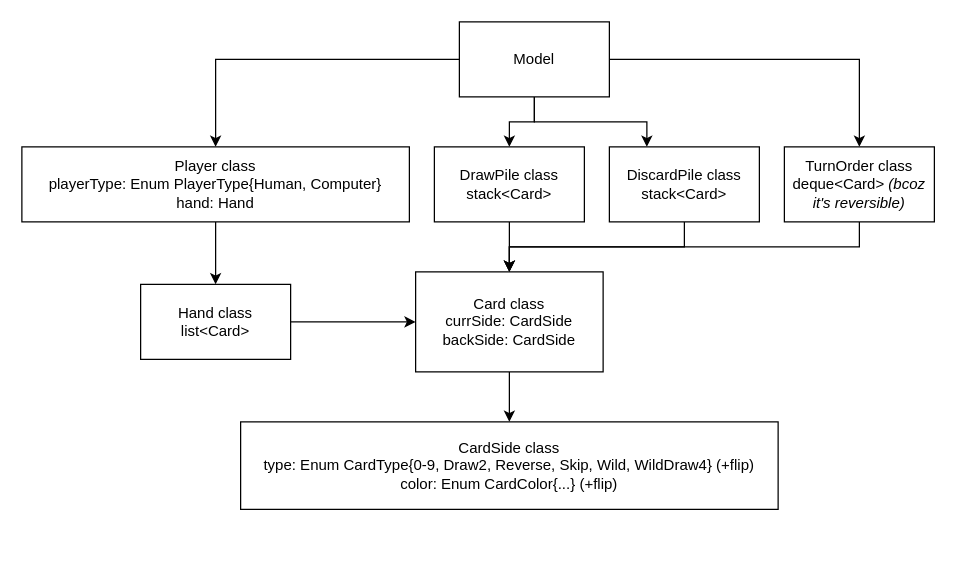
This is UnoDiagram.drawio from malikov-a-auca-2022/uno-diagram, a draw.io file, before an edit. Source tidied: cells renumbered, new cells numbered last; positions are measured from the earlier drawing's top-left corner, leaving out a move shared by most shapes. Both pictures are drawn from the tidied source at 125%, with x=0, y=0 at pixel (21, 21).
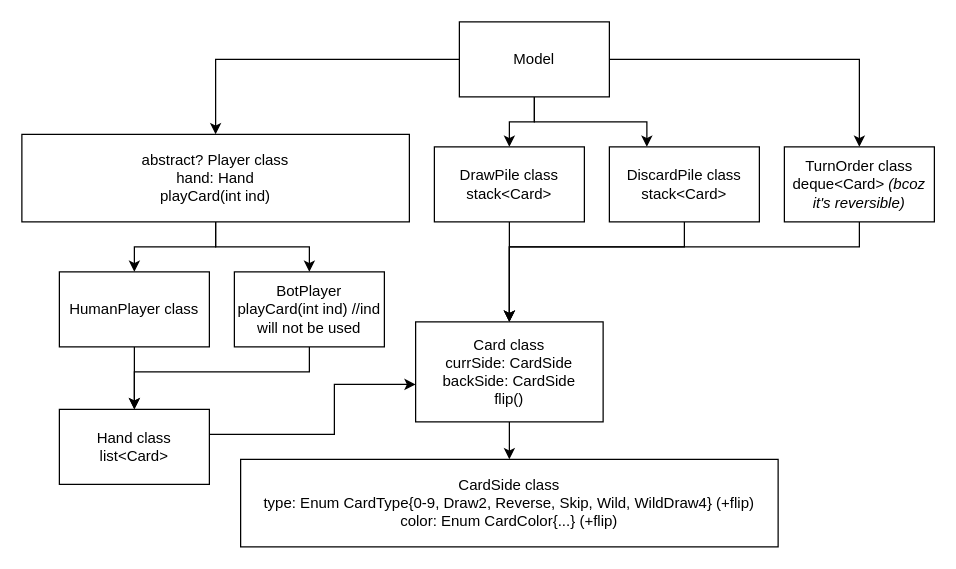
The same page after the edit.

Diff of the diagram source:
```diff
@@
-    <mxCell id="7" style="edgeStyle=orthogonalEdgeStyle;rounded=0;jettySize=auto;html=1;" parent="1" edge="1" source="8" target="14">
-      <mxGeometry relative="1" as="geometry" />
-    </mxCell>
+    <mxCell id="20" style="edgeStyle=orthogonalEdgeStyle;rounded=0;jettySize=auto;html=1;" parent="1" edge="1" source="8" target="24">
+      <mxGeometry relative="1" as="geometry" />
+    </mxCell>
+    <mxCell id="21" style="edgeStyle=orthogonalEdgeStyle;rounded=0;jettySize=auto;html=1;" parent="1" edge="1" source="8" target="26">
+      <mxGeometry relative="1" as="geometry" />
+    </mxCell>
-    <mxCell id="8" value="&lt;div&gt;Player class&lt;br&gt;&lt;/div&gt;&lt;div&gt;playerType: Enum PlayerType{Human, Computer} &lt;/div&gt;&lt;div&gt;hand: Hand&lt;br&gt;&lt;/div&gt;" style="rounded=0;whiteSpace=wrap;html=1;" parent="1" vertex="1">
-      <mxGeometry y="100" width="310" height="60" as="geometry" />
+    <mxCell id="8" value="&lt;div&gt;abstract? Player class&lt;br&gt;&lt;/div&gt;&lt;div&gt;hand: Hand&lt;/div&gt;&lt;div&gt;playCard(int ind)&lt;/div&gt;" style="rounded=0;whiteSpace=wrap;html=1;" parent="1" vertex="1">
+      <mxGeometry y="90" width="310" height="70" as="geometry" />
     </mxCell>
@@
-    <mxCell id="12" value="&lt;div&gt;Card class&lt;/div&gt;&lt;div&gt;currSide: CardSide&lt;/div&gt;&lt;div&gt;backSide: CardSide&lt;br&gt;&lt;/div&gt;" style="rounded=0;whiteSpace=wrap;html=1;" parent="1" vertex="1">
-      <mxGeometry x="315" y="200" width="150" height="80" as="geometry" />
+    <mxCell id="12" value="&lt;div&gt;Card class&lt;/div&gt;&lt;div&gt;currSide: CardSide&lt;/div&gt;&lt;div&gt;backSide: CardSide&lt;br&gt;&lt;/div&gt;&lt;div&gt;flip()&lt;br&gt;&lt;/div&gt;" style="rounded=0;whiteSpace=wrap;html=1;" parent="1" vertex="1">
+      <mxGeometry x="315" y="240" width="150" height="80" as="geometry" />
     </mxCell>
-    <mxCell id="13" style="edgeStyle=orthogonalEdgeStyle;rounded=0;jettySize=auto;html=1;" parent="1" edge="1" source="14" target="12">
-      <mxGeometry relative="1" as="geometry" />
-    </mxCell>
+    <mxCell id="22" style="edgeStyle=orthogonalEdgeStyle;rounded=0;jettySize=auto;html=1;" parent="1" edge="1" target="12">
+      <mxGeometry relative="1" as="geometry">
+        <mxPoint x="150" y="350" as="sourcePoint" />
+        <Array as="points">
+          <mxPoint x="150" y="330" />
+          <mxPoint x="250" y="330" />
+          <mxPoint x="250" y="290" />
+        </Array>
+      </mxGeometry>
+    </mxCell>
     <mxCell id="14" value="&lt;div&gt;Hand class&lt;br&gt;&lt;/div&gt;&lt;div&gt;list&amp;lt;Card&amp;gt;&lt;br&gt;&lt;/div&gt;" style="rounded=0;whiteSpace=wrap;html=1;" parent="1" vertex="1">
-      <mxGeometry x="95" y="210" width="120" height="60" as="geometry" />
+      <mxGeometry x="30" y="310" width="120" height="60" as="geometry" />
     </mxCell>
@@
     <mxCell id="19" value="&lt;div&gt;CardSide class&lt;/div&gt;&lt;div&gt;type: Enum CardType{0-9, Draw2, Reverse, Skip, Wild, WildDraw4} (+flip)&lt;br&gt;&lt;/div&gt;&lt;div&gt;color: Enum CardColor{...} (+flip)&lt;/div&gt;" style="rounded=0;whiteSpace=wrap;html=1;" parent="1" vertex="1">
-      <mxGeometry x="175" y="320" width="430" height="70" as="geometry" />
+      <mxGeometry x="175" y="350" width="430" height="70" as="geometry" />
     </mxCell>
+    <mxCell id="23" style="edgeStyle=orthogonalEdgeStyle;rounded=0;jettySize=auto;html=1;" parent="1" edge="1" source="24" target="14">
+      <mxGeometry relative="1" as="geometry" />
+    </mxCell>
+    <mxCell id="24" value="&lt;div&gt;HumanPlayer class&lt;br&gt;&lt;/div&gt;" style="rounded=0;whiteSpace=wrap;html=1;" parent="1" vertex="1">
+      <mxGeometry x="30" y="200" width="120" height="60" as="geometry" />
+    </mxCell>
+    <mxCell id="25" style="edgeStyle=orthogonalEdgeStyle;rounded=0;jettySize=auto;html=1;entryX=0.5;entryY=0;entryDx=0;entryDy=0;" parent="1" edge="1" source="26" target="14">
+      <mxGeometry relative="1" as="geometry">
+        <Array as="points">
+          <mxPoint x="230" y="280" />
+          <mxPoint x="90" y="280" />
+        </Array>
+      </mxGeometry>
+    </mxCell>
+    <mxCell id="26" value="&lt;div&gt;BotPlayer&lt;/div&gt;&lt;div&gt;&lt;div&gt;playCard(int ind) //ind will not be used&lt;/div&gt;&lt;/div&gt;" style="rounded=0;whiteSpace=wrap;html=1;" parent="1" vertex="1">
+      <mxGeometry x="170" y="200" width="120" height="60" as="geometry" />
+    </mxCell>
```
